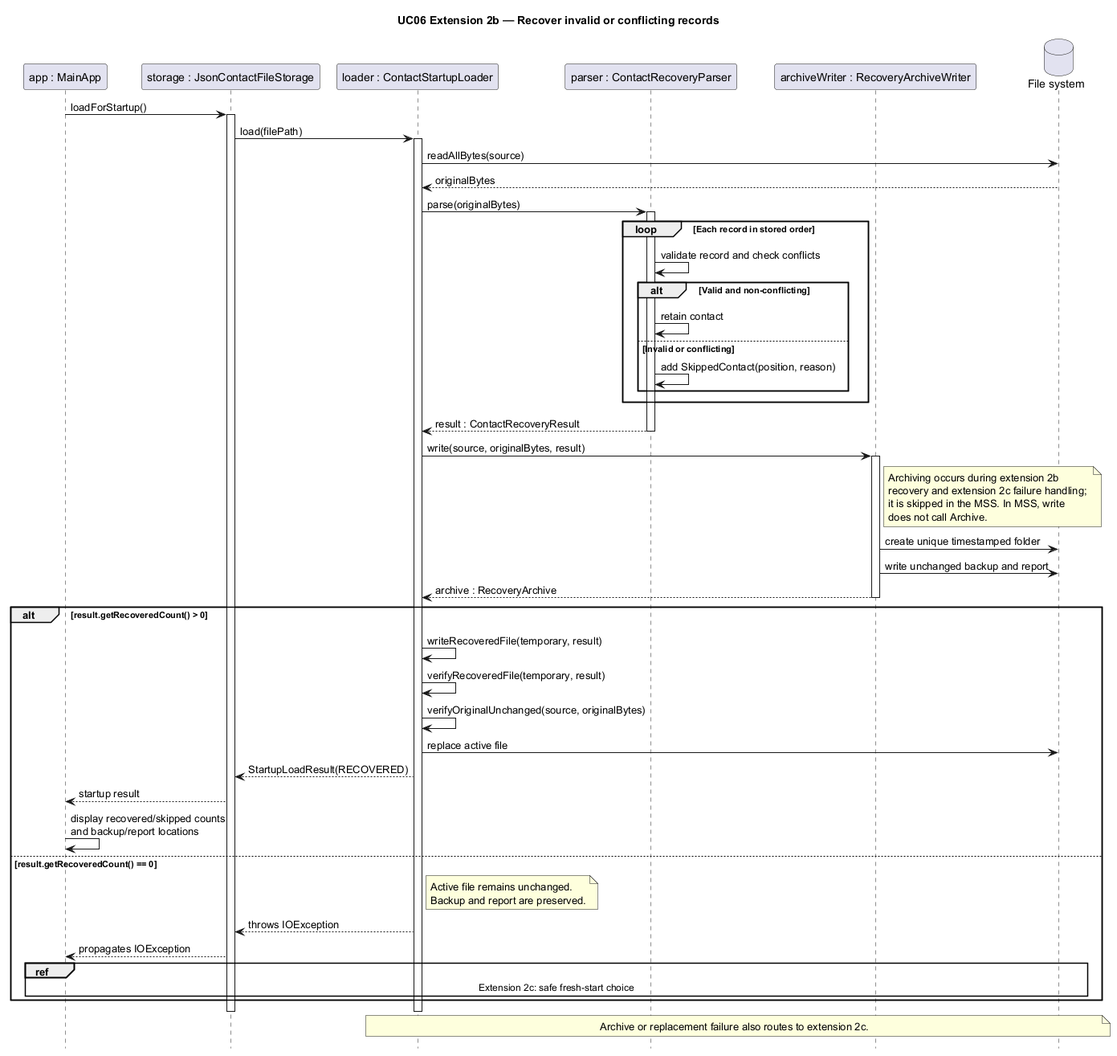
Above: docs/images/UC06Extension2bSequenceDiagram.png in AY2627S1-CS2103-F13-2/tp (PlantUML), before the change.
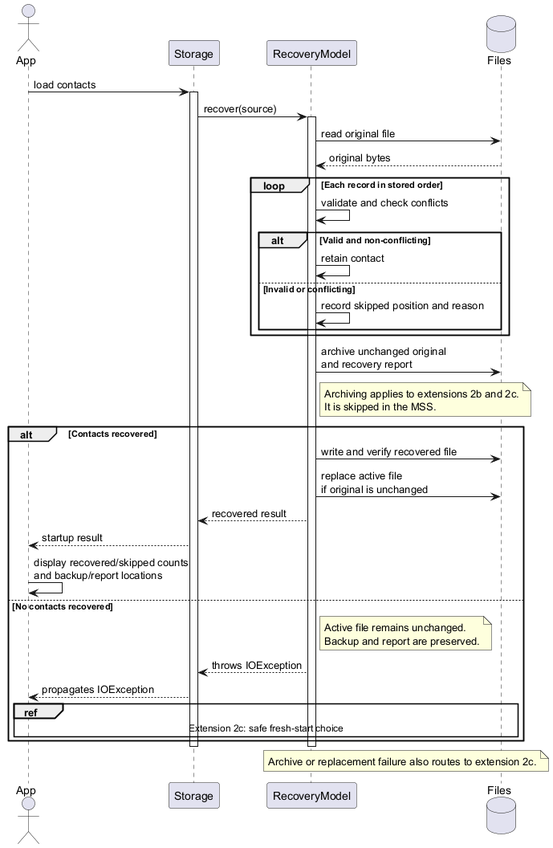
Above is the later version.

Commit message:
Simplify UC06 extension 2b recovery diagram

Diff of the diagram source:
```diff
@@ -1,73 +1,54 @@
 @startuml
-title UC06 Extension 2b — Recover invalid or conflicting records
-hide footbox
+actor App
+participant Storage
+participant RecoveryModel
+database Files
 
-participant "app : MainApp" as App
-participant "storage : JsonContactFileStorage" as Storage
-participant "loader : ContactStartupLoader" as Loader
-participant "parser : ContactRecoveryParser" as Parser
-participant "archiveWriter : RecoveryArchiveWriter" as Archive
-database "File system" as Files
+App -> Storage : load contacts
+activate Storage
+Storage -> RecoveryModel : recover(source)
+activate RecoveryModel
 
-App -> Storage : loadForStartup()
-activate Storage
-Storage -> Loader : load(filePath)
-activate Loader
+RecoveryModel -> Files : read original file
+Files --> RecoveryModel : original bytes
 
-Loader -> Files : readAllBytes(source)
-Files --> Loader : originalBytes
-
-Loader -> Parser : parse(originalBytes)
-activate Parser
 loop Each record in stored order
-    Parser -> Parser : validate record and check conflicts
+    RecoveryModel -> RecoveryModel : validate and check conflicts
     alt Valid and non-conflicting
-        Parser -> Parser : retain contact
+        RecoveryModel -> RecoveryModel : retain contact
     else Invalid or conflicting
-        Parser -> Parser : add SkippedContact(position, reason)
+        RecoveryModel -> RecoveryModel : record skipped position and reason
     end
 end
-Parser --> Loader : result : ContactRecoveryResult
-deactivate Parser
 
-Loader -> Archive : write(source, originalBytes, result)
-activate Archive
-note right of Archive
-	Archiving occurs during extension 2b
-	recovery and extension 2c failure handling;
-	it is skipped in the MSS. In MSS, write
-	does not call Archive.
+RecoveryModel -> Files : archive unchanged original\nand recovery report
+note right of RecoveryModel
+    Archiving applies to extensions 2b and 2c.
+    It is skipped in the MSS.
 end note
-Archive -> Files : create unique timestamped folder
-Archive -> Files : write unchanged backup and report
-Archive --> Loader : archive : RecoveryArchive
-deactivate Archive
 
-alt result.getRecoveredCount() > 0
-    Loader -> Loader : writeRecoveredFile(temporary, result)
-    Loader -> Loader : verifyRecoveredFile(temporary, result)
-    Loader -> Loader : verifyOriginalUnchanged(source, originalBytes)
-    Loader -> Files : replace active file
-
-    Loader --> Storage : StartupLoadResult(RECOVERED)
+alt Contacts recovered
+    RecoveryModel -> Files : write and verify recovered file
+    RecoveryModel -> Files : replace active file\nif original is unchanged
+    RecoveryModel --> Storage : recovered result
     Storage --> App : startup result
     App -> App : display recovered/skipped counts\nand backup/report locations
-else result.getRecoveredCount() == 0
-    note right of Loader
+else No contacts recovered
+    note right of RecoveryModel
         Active file remains unchanged.
         Backup and report are preserved.
     end note
-    Loader --> Storage : throws IOException
+    RecoveryModel --> Storage : throws IOException
     Storage --> App : propagates IOException
     ref over App, Files
         Extension 2c: safe fresh-start choice
     end ref
 end
 
-deactivate Loader
+deactivate RecoveryModel
 deactivate Storage
 
-note over Loader, Files
+note over RecoveryModel, Files
     Archive or replacement failure also routes to extension 2c.
 end note
 @enduml
```
